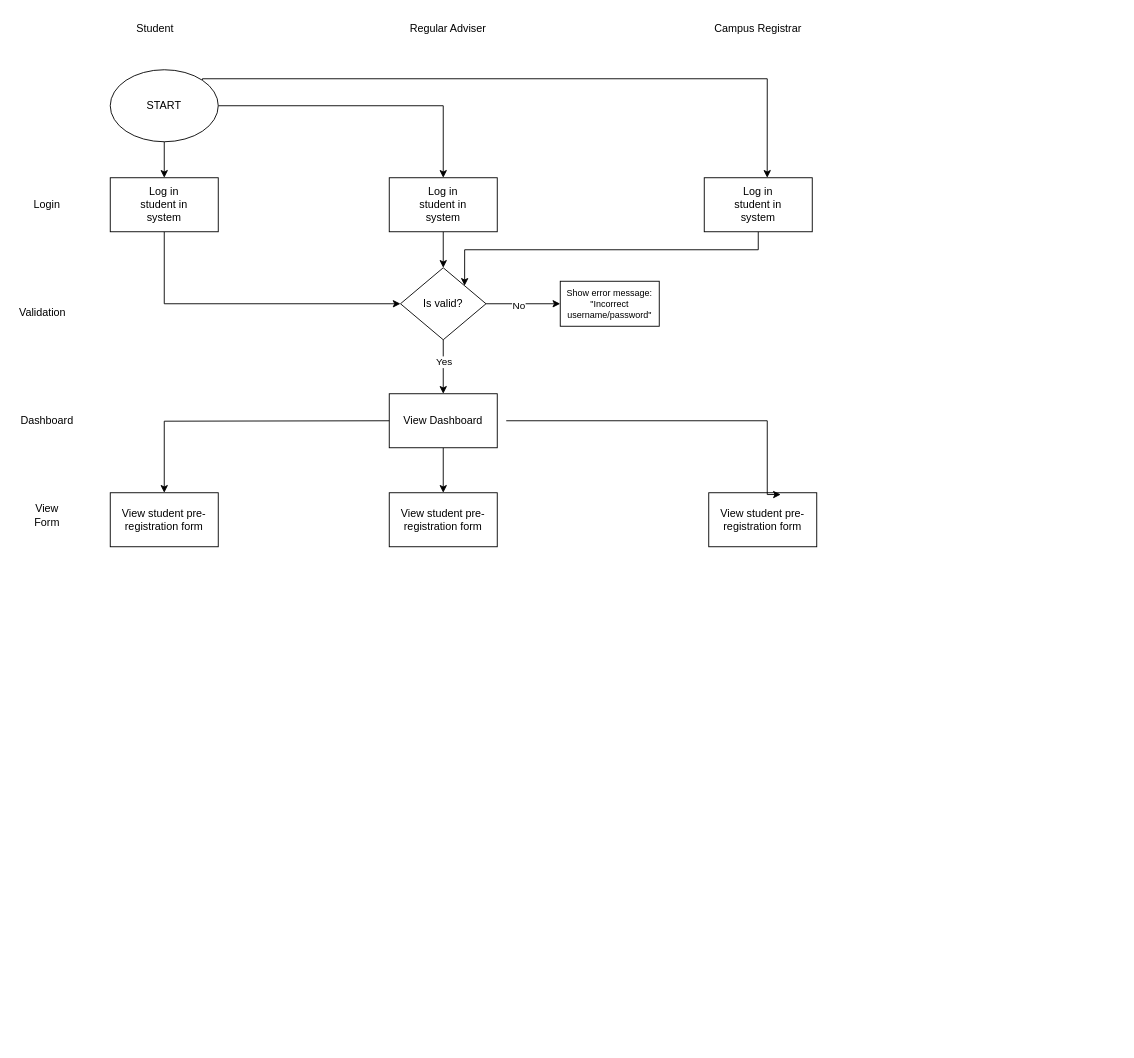
This is Flowcharts/Cross Function Flowchart.drawio from samantha-arabella-r/School-Works, a draw.io file, before an edit. Source tidied: cells renumbered, new cells numbered last; positions are measured from the earlier drawing's top-left corner, leaving out a move shared by most shapes. Both pictures are drawn from the tidied source at 90%, with x=0, y=0 at pixel (20, 15).
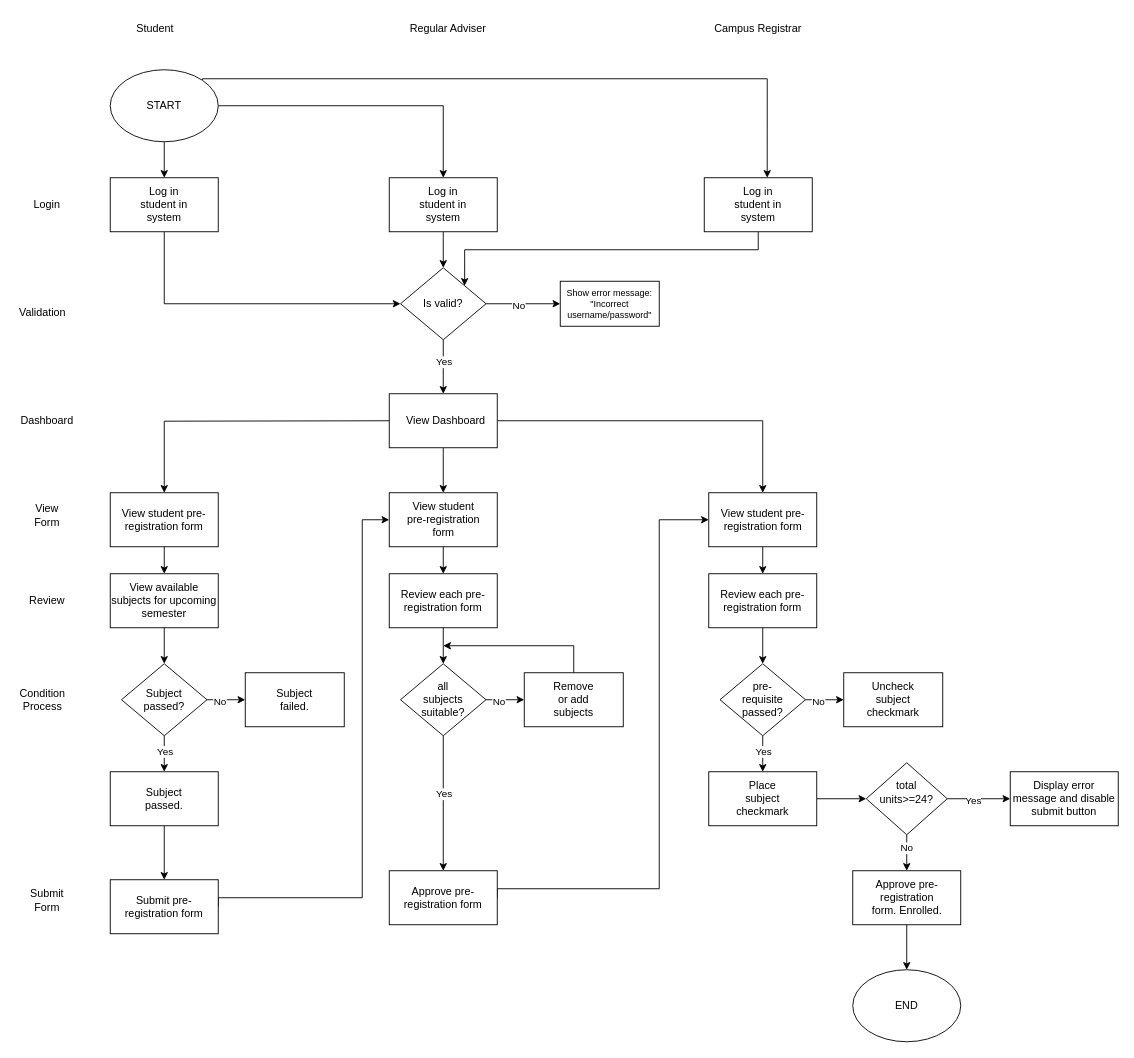
After the change.

The change refers to these unchanged cells:
```xml
<mxCell id="30" style="rounded=0;whiteSpace=wrap;html=1;" parent="1" vertex="1">
  <mxGeometry x="410" y="420" width="120" height="60" as="geometry" />
</mxCell>
<mxCell id="34" style="rounded=0;whiteSpace=wrap;html=1;" parent="1" vertex="1">
  <mxGeometry x="100" y="530" width="120" height="60" as="geometry" />
</mxCell>
<mxCell id="36" style="rounded=0;whiteSpace=wrap;html=1;" parent="1" vertex="1">
  <mxGeometry x="410" y="530" width="120" height="60" as="geometry" />
</mxCell>
<mxCell id="38" style="rounded=0;whiteSpace=wrap;html=1;" parent="1" vertex="1">
  <mxGeometry x="765" y="530" width="120" height="60" as="geometry" />
</mxCell>
```

What changed in the source:
```diff
@@
+    <mxCell id="42" style="edgeStyle=orthogonalEdgeStyle;rounded=0;jettySize=auto;html=1;exitX=1;exitY=0.5;exitDx=0;exitDy=0;entryX=0.5;entryY=0;entryDx=0;entryDy=0;" parent="1" edge="1" source="30" target="38">
+      <mxGeometry relative="1" as="geometry" />
+    </mxCell>
@@
     <mxCell id="32" value="View Dashboard" style="text;html=1;align=center;verticalAlign=middle;whiteSpace=wrap;rounded=0;" parent="1" vertex="1">
-      <mxGeometry x="400" y="430" width="140" height="40" as="geometry" />
+      <mxGeometry x="417.5" y="430" width="110" height="40" as="geometry" />
     </mxCell>
@@
+    <mxCell id="43" style="edgeStyle=orthogonalEdgeStyle;rounded=0;jettySize=auto;html=1;exitX=0.5;exitY=1;exitDx=0;exitDy=0;entryX=0.5;entryY=0;entryDx=0;entryDy=0;" parent="1" edge="1" source="34" target="51">
+      <mxGeometry relative="1" as="geometry" />
+    </mxCell>
@@
+    <mxCell id="44" style="edgeStyle=orthogonalEdgeStyle;rounded=0;jettySize=auto;html=1;exitX=0.5;exitY=1;exitDx=0;exitDy=0;entryX=0.5;entryY=0;entryDx=0;entryDy=0;" parent="1" edge="1" source="36" target="48">
+      <mxGeometry relative="1" as="geometry" />
+    </mxCell>
@@
     <mxCell id="37" value="View student pre-registration form" style="text;html=1;align=center;verticalAlign=middle;whiteSpace=wrap;rounded=0;" parent="1" vertex="1">
-      <mxGeometry x="400" y="540" width="140" height="40" as="geometry" />
+      <mxGeometry x="422.5" y="550" width="95" height="20" as="geometry" />
     </mxCell>
+    <mxCell id="45" style="edgeStyle=orthogonalEdgeStyle;rounded=0;jettySize=auto;html=1;exitX=0.5;exitY=1;exitDx=0;exitDy=0;entryX=0.5;entryY=0;entryDx=0;entryDy=0;" parent="1" edge="1" source="38" target="54">
+      <mxGeometry relative="1" as="geometry" />
+    </mxCell>
@@
     <mxCell id="39" value="View student pre-registration form" style="text;html=1;align=center;verticalAlign=middle;whiteSpace=wrap;rounded=0;" parent="1" vertex="1">
-      <mxGeometry x="755" y="540" width="140" height="40" as="geometry" />
+      <mxGeometry x="772.5" y="545" width="105" height="30" as="geometry" />
     </mxCell>
-    <mxCell id="40" style="edgeStyle=orthogonalEdgeStyle;rounded=0;jettySize=auto;html=1;exitX=1;exitY=0.5;exitDx=0;exitDy=0;entryX=0.667;entryY=0.033;entryDx=0;entryDy=0;entryPerimeter=0;" parent="1" edge="1" source="32" target="38">
-      <mxGeometry relative="1" as="geometry">
-        <Array as="points">
-          <mxPoint x="830" y="450" />
-          <mxPoint x="830" y="532" />
-        </Array>
-      </mxGeometry>
-    </mxCell>
@@
+    <mxCell id="46" value="Review" style="text;html=1;align=center;verticalAlign=middle;whiteSpace=wrap;rounded=0;" parent="1" vertex="1">
+      <mxGeometry y="635" width="60" height="30" as="geometry" />
+    </mxCell>
+    <mxCell id="47" style="edgeStyle=orthogonalEdgeStyle;rounded=0;jettySize=auto;html=1;exitX=0.5;exitY=1;exitDx=0;exitDy=0;entryX=0.5;entryY=0;entryDx=0;entryDy=0;" parent="1" edge="1" source="48" target="74">
+      <mxGeometry relative="1" as="geometry" />
+    </mxCell>
+    <mxCell id="48" style="rounded=0;whiteSpace=wrap;html=1;" parent="1" vertex="1">
+      <mxGeometry x="410" y="620" width="120" height="60" as="geometry" />
+    </mxCell>
+    <mxCell id="49" value="Review each pre-registration form" style="text;html=1;align=center;verticalAlign=middle;whiteSpace=wrap;rounded=0;" parent="1" vertex="1">
+      <mxGeometry x="410" y="635" width="120" height="30" as="geometry" />
+    </mxCell>
+    <mxCell id="50" style="edgeStyle=orthogonalEdgeStyle;rounded=0;jettySize=auto;html=1;exitX=0.5;exitY=1;exitDx=0;exitDy=0;entryX=0.5;entryY=0;entryDx=0;entryDy=0;" parent="1" edge="1" source="51" target="60">
+      <mxGeometry relative="1" as="geometry" />
+    </mxCell>
+    <mxCell id="51" style="rounded=0;whiteSpace=wrap;html=1;" parent="1" vertex="1">
+      <mxGeometry x="100" y="620" width="120" height="60" as="geometry" />
+    </mxCell>
+    <mxCell id="52" value="View available subjects for upcoming semester" style="text;html=1;align=center;verticalAlign=middle;whiteSpace=wrap;rounded=0;" parent="1" vertex="1">
+      <mxGeometry x="100" y="635" width="120" height="30" as="geometry" />
+    </mxCell>
+    <mxCell id="53" style="edgeStyle=orthogonalEdgeStyle;rounded=0;jettySize=auto;html=1;exitX=0.5;exitY=1;exitDx=0;exitDy=0;entryX=0.5;entryY=0;entryDx=0;entryDy=0;" parent="1" edge="1" source="54" target="86">
+      <mxGeometry relative="1" as="geometry" />
+    </mxCell>
+    <mxCell id="54" style="rounded=0;whiteSpace=wrap;html=1;" parent="1" vertex="1">
+      <mxGeometry x="765" y="620" width="120" height="60" as="geometry" />
+    </mxCell>
+    <mxCell id="55" value="Review each pre-registration form" style="text;html=1;align=center;verticalAlign=middle;whiteSpace=wrap;rounded=0;" parent="1" vertex="1">
+      <mxGeometry x="765" y="635" width="120" height="30" as="geometry" />
+    </mxCell>
+    <mxCell id="56" style="edgeStyle=orthogonalEdgeStyle;rounded=0;jettySize=auto;html=1;exitX=1;exitY=0.5;exitDx=0;exitDy=0;entryX=0;entryY=0.5;entryDx=0;entryDy=0;" parent="1" edge="1" source="60" target="62">
+      <mxGeometry relative="1" as="geometry" />
+    </mxCell>
+    <mxCell id="57" value="No" style="edgeLabel;html=1;align=center;verticalAlign=middle;" parent="56" vertex="1">
+      <mxGeometry x="-0.32" y="-1" relative="1" as="geometry" />
+    </mxCell>
+    <mxCell id="58" style="edgeStyle=orthogonalEdgeStyle;rounded=0;jettySize=auto;html=1;exitX=0.5;exitY=1;exitDx=0;exitDy=0;entryX=0.5;entryY=0;entryDx=0;entryDy=0;" parent="1" edge="1" source="60" target="65">
+      <mxGeometry relative="1" as="geometry" />
+    </mxCell>
+    <mxCell id="59" value="Yes" style="edgeLabel;html=1;align=center;verticalAlign=middle;" parent="58" vertex="1">
+      <mxGeometry x="-0.15" relative="1" as="geometry" />
+    </mxCell>
+    <mxCell id="60" style="rhombus;whiteSpace=wrap;html=1;" parent="1" vertex="1">
+      <mxGeometry x="112.5" y="720" width="95" height="80" as="geometry" />
+    </mxCell>
+    <mxCell id="61" value="Subject passed?" style="text;html=1;align=center;verticalAlign=middle;whiteSpace=wrap;rounded=0;" parent="1" vertex="1">
+      <mxGeometry x="140" y="752.5" width="40" height="15" as="geometry" />
+    </mxCell>
+    <mxCell id="62" style="rounded=0;whiteSpace=wrap;html=1;" parent="1" vertex="1">
+      <mxGeometry x="250" y="730" width="110" height="60" as="geometry" />
+    </mxCell>
+    <mxCell id="63" value="Subject failed." style="text;html=1;align=center;verticalAlign=middle;whiteSpace=wrap;rounded=0;" parent="1" vertex="1">
+      <mxGeometry x="285" y="752.5" width="40" height="15" as="geometry" />
+    </mxCell>
+    <mxCell id="64" style="edgeStyle=orthogonalEdgeStyle;rounded=0;jettySize=auto;html=1;exitX=0.5;exitY=1;exitDx=0;exitDy=0;entryX=0.5;entryY=0;entryDx=0;entryDy=0;" parent="1" edge="1" source="65" target="68">
+      <mxGeometry relative="1" as="geometry" />
+    </mxCell>
+    <mxCell id="65" style="rounded=0;whiteSpace=wrap;html=1;" parent="1" vertex="1">
+      <mxGeometry x="100" y="840" width="120" height="60" as="geometry" />
+    </mxCell>
+    <mxCell id="66" value="Subject passed." style="text;html=1;align=center;verticalAlign=middle;whiteSpace=wrap;rounded=0;" parent="1" vertex="1">
+      <mxGeometry x="140" y="862.5" width="40" height="15" as="geometry" />
+    </mxCell>
+    <mxCell id="67" style="edgeStyle=orthogonalEdgeStyle;rounded=0;jettySize=auto;html=1;exitX=1;exitY=0.5;exitDx=0;exitDy=0;entryX=0;entryY=0.5;entryDx=0;entryDy=0;" parent="1" edge="1" source="68" target="36">
+      <mxGeometry relative="1" as="geometry">
+        <Array as="points">
+          <mxPoint x="380" y="980" />
+          <mxPoint x="380" y="560" />
+        </Array>
+      </mxGeometry>
+    </mxCell>
+    <mxCell id="68" style="rounded=0;whiteSpace=wrap;html=1;" parent="1" vertex="1">
+      <mxGeometry x="100" y="960" width="120" height="60" as="geometry" />
+    </mxCell>
+    <mxCell id="69" value="Submit pre-registration form" style="text;html=1;align=center;verticalAlign=middle;whiteSpace=wrap;rounded=0;" parent="1" vertex="1">
+      <mxGeometry x="110" y="982.5" width="100" height="15" as="geometry" />
+    </mxCell>
+    <mxCell id="70" style="edgeStyle=orthogonalEdgeStyle;rounded=0;jettySize=auto;html=1;exitX=1;exitY=0.5;exitDx=0;exitDy=0;entryX=0;entryY=0.5;entryDx=0;entryDy=0;" parent="1" edge="1" source="74" target="77">
+      <mxGeometry relative="1" as="geometry" />
+    </mxCell>
+    <mxCell id="71" value="No" style="edgeLabel;html=1;align=center;verticalAlign=middle;" parent="70" vertex="1">
+      <mxGeometry x="-0.32" y="-1" relative="1" as="geometry" />
+    </mxCell>
+    <mxCell id="72" style="edgeStyle=orthogonalEdgeStyle;rounded=0;jettySize=auto;html=1;exitX=0.5;exitY=1;exitDx=0;exitDy=0;entryX=0.5;entryY=0;entryDx=0;entryDy=0;" parent="1" edge="1" source="74" target="80">
+      <mxGeometry relative="1" as="geometry" />
+    </mxCell>
+    <mxCell id="73" value="Yes" style="edgeLabel;html=1;align=center;verticalAlign=middle;" parent="72" vertex="1">
+      <mxGeometry x="-0.15" relative="1" as="geometry" />
+    </mxCell>
+    <mxCell id="74" style="rhombus;whiteSpace=wrap;html=1;" parent="1" vertex="1">
+      <mxGeometry x="422.5" y="720" width="95" height="80" as="geometry" />
+    </mxCell>
+    <mxCell id="75" value="all subjects suitable?" style="text;html=1;align=center;verticalAlign=middle;whiteSpace=wrap;rounded=0;" parent="1" vertex="1">
+      <mxGeometry x="450" y="752.5" width="40" height="15" as="geometry" />
+    </mxCell>
+    <mxCell id="76" style="edgeStyle=orthogonalEdgeStyle;rounded=0;jettySize=auto;html=1;exitX=0.5;exitY=0;exitDx=0;exitDy=0;" parent="1" edge="1" source="77">
+      <mxGeometry relative="1" as="geometry">
+        <mxPoint x="470" y="700" as="targetPoint" />
+        <Array as="points">
+          <mxPoint x="615" y="700" />
+        </Array>
+      </mxGeometry>
+    </mxCell>
+    <mxCell id="77" style="rounded=0;whiteSpace=wrap;html=1;" parent="1" vertex="1">
+      <mxGeometry x="560" y="730" width="110" height="60" as="geometry" />
+    </mxCell>
+    <mxCell id="78" value="Remove or add subjects" style="text;html=1;align=center;verticalAlign=middle;whiteSpace=wrap;rounded=0;" parent="1" vertex="1">
+      <mxGeometry x="595" y="752.5" width="40" height="15" as="geometry" />
+    </mxCell>
+    <mxCell id="79" style="edgeStyle=orthogonalEdgeStyle;rounded=0;jettySize=auto;html=1;exitX=1;exitY=0.5;exitDx=0;exitDy=0;entryX=0;entryY=0.5;entryDx=0;entryDy=0;" parent="1" edge="1" source="80" target="38">
+      <mxGeometry relative="1" as="geometry">
+        <Array as="points">
+          <mxPoint x="710" y="970" />
+          <mxPoint x="710" y="560" />
+        </Array>
+      </mxGeometry>
+    </mxCell>
+    <mxCell id="80" style="rounded=0;whiteSpace=wrap;html=1;" parent="1" vertex="1">
+      <mxGeometry x="410" y="950" width="120" height="60" as="geometry" />
+    </mxCell>
+    <mxCell id="81" value="Approve pre-registration form" style="text;html=1;align=center;verticalAlign=middle;whiteSpace=wrap;rounded=0;" parent="1" vertex="1">
+      <mxGeometry x="420" y="972.5" width="100" height="15" as="geometry" />
+    </mxCell>
+    <mxCell id="82" style="edgeStyle=orthogonalEdgeStyle;rounded=0;jettySize=auto;html=1;exitX=1;exitY=0.5;exitDx=0;exitDy=0;entryX=0;entryY=0.5;entryDx=0;entryDy=0;" parent="1" edge="1" source="86" target="88">
+      <mxGeometry relative="1" as="geometry" />
+    </mxCell>
+    <mxCell id="83" value="No" style="edgeLabel;html=1;align=center;verticalAlign=middle;" parent="82" vertex="1">
+      <mxGeometry x="-0.32" y="-1" relative="1" as="geometry" />
+    </mxCell>
+    <mxCell id="84" style="edgeStyle=orthogonalEdgeStyle;rounded=0;jettySize=auto;html=1;exitX=0.5;exitY=1;exitDx=0;exitDy=0;entryX=0.5;entryY=0;entryDx=0;entryDy=0;" parent="1" edge="1" source="86" target="91">
+      <mxGeometry relative="1" as="geometry" />
+    </mxCell>
+    <mxCell id="85" value="Yes" style="edgeLabel;html=1;align=center;verticalAlign=middle;" parent="84" vertex="1">
+      <mxGeometry x="-0.15" relative="1" as="geometry" />
+    </mxCell>
+    <mxCell id="86" style="rhombus;whiteSpace=wrap;html=1;" parent="1" vertex="1">
+      <mxGeometry x="777.5" y="720" width="95" height="80" as="geometry" />
+    </mxCell>
+    <mxCell id="87" value="pre-requisite passed?" style="text;html=1;align=center;verticalAlign=middle;whiteSpace=wrap;rounded=0;" parent="1" vertex="1">
+      <mxGeometry x="805" y="752.5" width="40" height="15" as="geometry" />
+    </mxCell>
+    <mxCell id="88" style="rounded=0;whiteSpace=wrap;html=1;" parent="1" vertex="1">
+      <mxGeometry x="915" y="730" width="110" height="60" as="geometry" />
+    </mxCell>
+    <mxCell id="89" value="Uncheck subject checkmark" style="text;html=1;align=center;verticalAlign=middle;whiteSpace=wrap;rounded=0;" parent="1" vertex="1">
+      <mxGeometry x="950" y="752.5" width="40" height="15" as="geometry" />
+    </mxCell>
+    <mxCell id="90" style="edgeStyle=orthogonalEdgeStyle;rounded=0;jettySize=auto;html=1;" parent="1" edge="1" source="91" target="98">
+      <mxGeometry relative="1" as="geometry" />
+    </mxCell>
+    <mxCell id="91" style="rounded=0;whiteSpace=wrap;html=1;" parent="1" vertex="1">
+      <mxGeometry x="765" y="840" width="120" height="60" as="geometry" />
+    </mxCell>
+    <mxCell id="92" value="Place subject checkmark" style="text;html=1;align=center;verticalAlign=middle;whiteSpace=wrap;rounded=0;" parent="1" vertex="1">
+      <mxGeometry x="805" y="862.5" width="40" height="15" as="geometry" />
+    </mxCell>
+    <mxCell id="93" value="Condition Process" style="text;html=1;align=center;verticalAlign=middle;whiteSpace=wrap;rounded=0;" parent="1" vertex="1">
+      <mxGeometry x="-5" y="745" width="60" height="30" as="geometry" />
+    </mxCell>
+    <mxCell id="94" style="edgeStyle=orthogonalEdgeStyle;rounded=0;jettySize=auto;html=1;exitX=1;exitY=0.5;exitDx=0;exitDy=0;entryX=0;entryY=0.5;entryDx=0;entryDy=0;" parent="1" edge="1" source="98" target="103">
+      <mxGeometry relative="1" as="geometry" />
+    </mxCell>
+    <mxCell id="95" value="Yes" style="edgeLabel;html=1;align=center;verticalAlign=middle;" parent="94" vertex="1">
+      <mxGeometry x="-0.2" y="-1" relative="1" as="geometry" />
+    </mxCell>
+    <mxCell id="96" style="edgeStyle=orthogonalEdgeStyle;rounded=0;jettySize=auto;html=1;exitX=0.5;exitY=1;exitDx=0;exitDy=0;entryX=0.5;entryY=0;entryDx=0;entryDy=0;" parent="1" edge="1" source="98" target="101">
+      <mxGeometry relative="1" as="geometry" />
+    </mxCell>
+    <mxCell id="97" value="No" style="edgeLabel;html=1;align=center;verticalAlign=middle;" parent="96" vertex="1">
+      <mxGeometry x="-0.3" y="-1" relative="1" as="geometry" />
+    </mxCell>
+    <mxCell id="98" style="rhombus;whiteSpace=wrap;html=1;rounded=0;" parent="1" vertex="1">
+      <mxGeometry x="940" y="830" width="90" height="80" as="geometry" />
+    </mxCell>
+    <mxCell id="99" value="total units&amp;gt;=24?" style="text;html=1;align=center;verticalAlign=middle;whiteSpace=wrap;rounded=0;" parent="1" vertex="1">
+      <mxGeometry x="955" y="847.5" width="60" height="30" as="geometry" />
+    </mxCell>
+    <mxCell id="100" style="edgeStyle=orthogonalEdgeStyle;rounded=0;jettySize=auto;html=1;exitX=0.5;exitY=1;exitDx=0;exitDy=0;entryX=0.5;entryY=0;entryDx=0;entryDy=0;" parent="1" edge="1" source="101" target="105">
+      <mxGeometry relative="1" as="geometry" />
+    </mxCell>
+    <mxCell id="101" style="rounded=0;whiteSpace=wrap;html=1;" parent="1" vertex="1">
+      <mxGeometry x="925" y="950" width="120" height="60" as="geometry" />
+    </mxCell>
+    <mxCell id="102" value="Approve pre-registration form. Enrolled." style="text;html=1;align=center;verticalAlign=middle;whiteSpace=wrap;rounded=0;" parent="1" vertex="1">
+      <mxGeometry x="942.5" y="972.5" width="85" height="15" as="geometry" />
+    </mxCell>
+    <mxCell id="103" style="rounded=0;whiteSpace=wrap;html=1;" parent="1" vertex="1">
+      <mxGeometry x="1100" y="840" width="120" height="60" as="geometry" />
+    </mxCell>
+    <mxCell id="104" value="Display error message and disable submit button" style="text;html=1;align=center;verticalAlign=middle;whiteSpace=wrap;rounded=0;" parent="1" vertex="1">
+      <mxGeometry x="1100" y="862.5" width="120" height="15" as="geometry" />
+    </mxCell>
+    <mxCell id="105" style="ellipse;whiteSpace=wrap;html=1;" parent="1" vertex="1">
+      <mxGeometry x="925" y="1060" width="120" height="80" as="geometry" />
+    </mxCell>
+    <mxCell id="106" value="END" style="text;html=1;align=center;verticalAlign=middle;whiteSpace=wrap;rounded=0;" parent="1" vertex="1">
+      <mxGeometry x="955" y="1085" width="60" height="30" as="geometry" />
+    </mxCell>
+    <mxCell id="107" value="Submit Form" style="text;html=1;align=center;verticalAlign=middle;whiteSpace=wrap;rounded=0;" parent="1" vertex="1">
+      <mxGeometry y="967.5" width="60" height="30" as="geometry" />
+    </mxCell>
```
